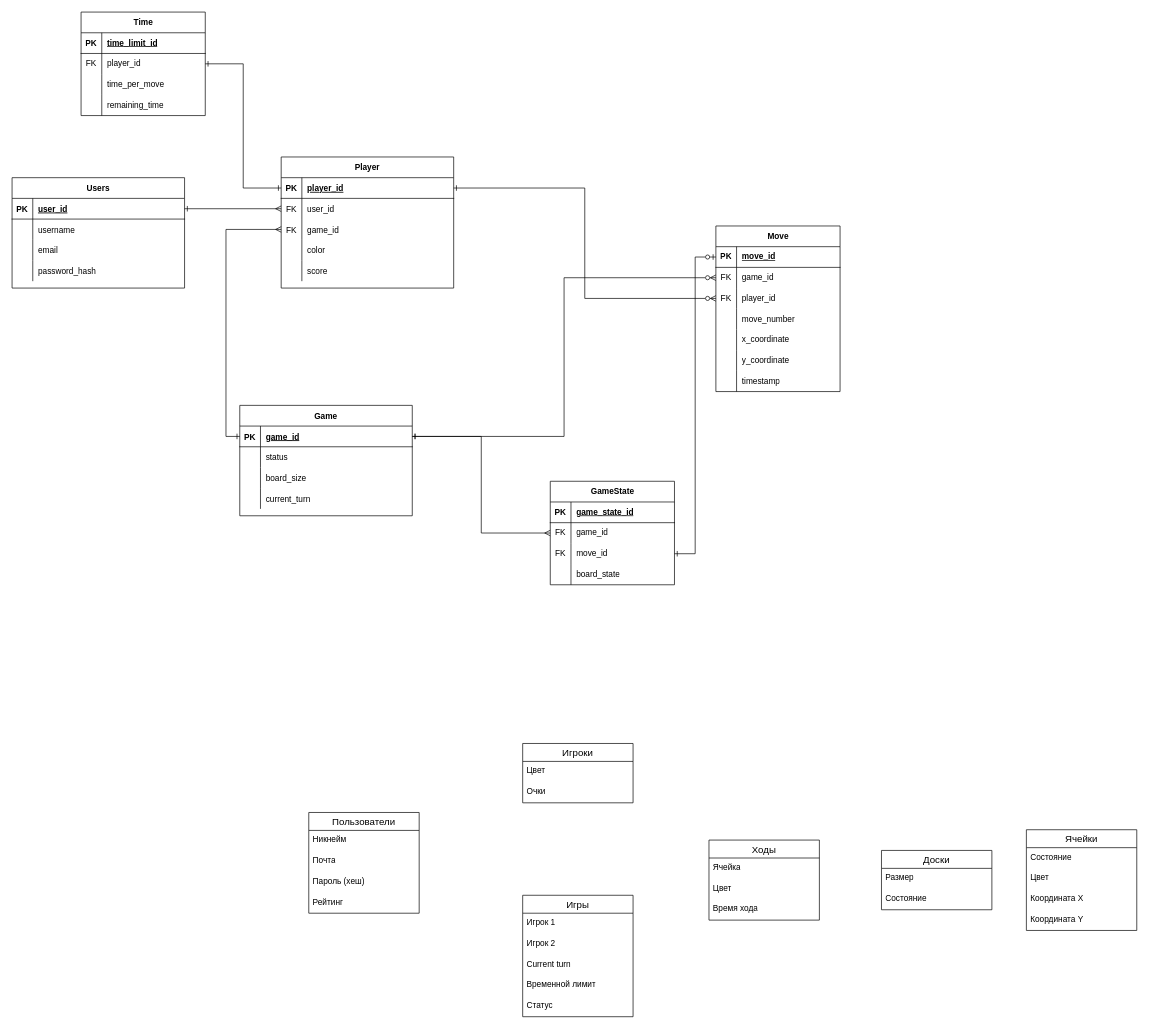
Above: go.drawio in matveyGlush/go (draw.io), before the change. Source tidied: cells renumbered, new cells numbered last; positions are measured from the earlier drawing's top-left corner, leaving out a move shared by most shapes. Both pictures are drawn from the tidied source at 69%, with x=0, y=0 at pixel (12, 12).
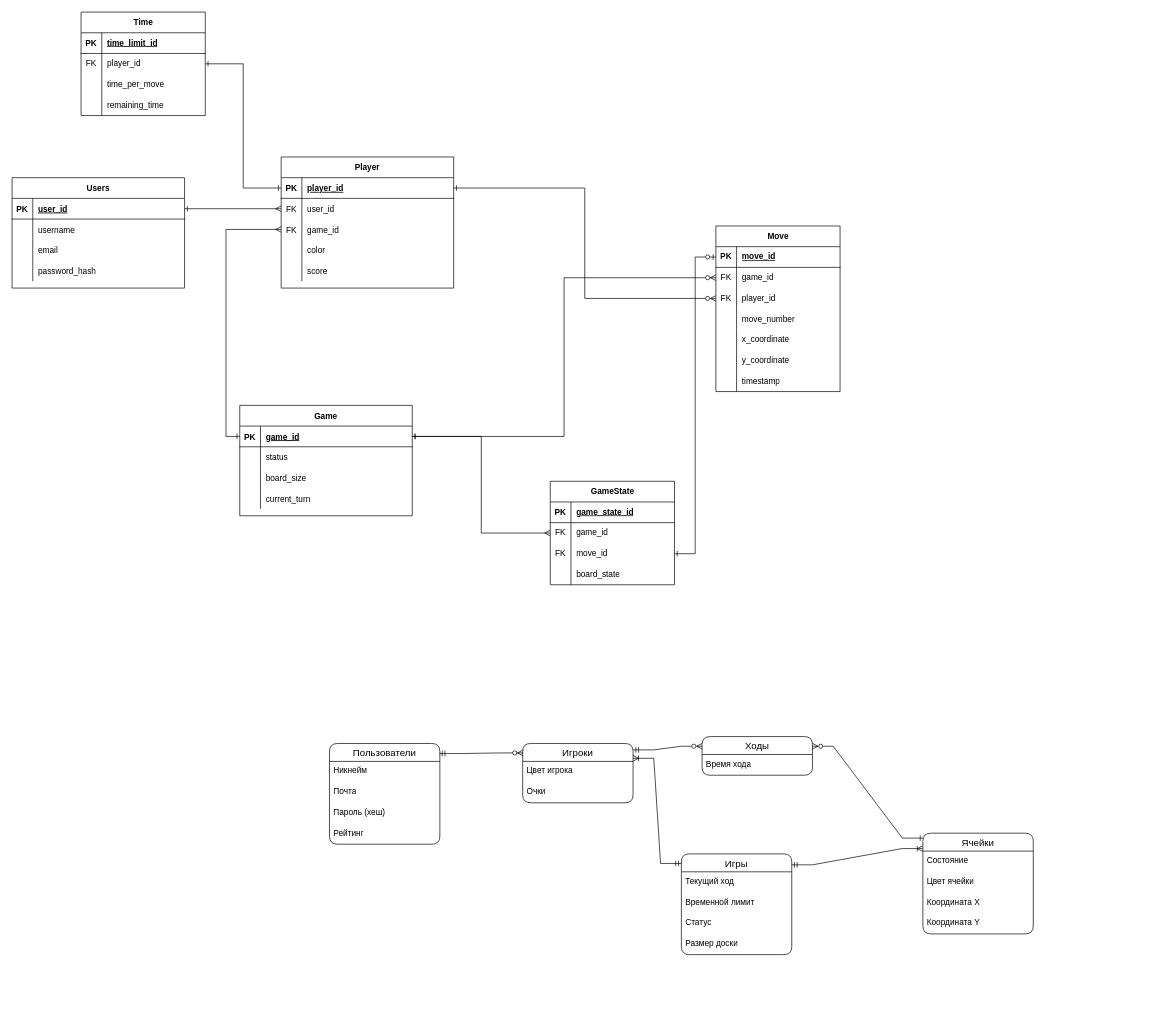
Above is the later version.

What changed in the source:
```diff
@@
-    <mxCell id="99" value="Игроки" style="swimlane;fontStyle=0;horizontal=1;startSize=26;align=center;fontSize=14;" parent="1" vertex="1">
+    <mxCell id="99" value="Игроки" style="swimlane;fontStyle=0;horizontal=1;startSize=26;align=center;fontSize=14;rounded=1;" parent="1" vertex="1">
       <mxGeometry x="740" y="1060" width="160" height="86" as="geometry" />
     </mxCell>
-    <mxCell id="100" value="Цвет" style="text;strokeColor=none;fillColor=none;spacingLeft=4;spacingRight=4;overflow=hidden;fontSize=12;whiteSpace=wrap;html=1;" parent="99" vertex="1">
+    <mxCell id="100" value="Цвет игрока" style="text;strokeColor=none;fillColor=none;spacingLeft=4;spacingRight=4;overflow=hidden;fontSize=12;whiteSpace=wrap;html=1;rounded=1;" parent="99" vertex="1">
       <mxGeometry y="26" width="160" height="30" as="geometry" />
     </mxCell>
-    <mxCell id="101" value="Очки" style="text;strokeColor=none;fillColor=none;spacingLeft=4;spacingRight=4;overflow=hidden;fontSize=12;whiteSpace=wrap;html=1;" parent="99" vertex="1">
+    <mxCell id="101" value="Очки" style="text;strokeColor=none;fillColor=none;spacingLeft=4;spacingRight=4;overflow=hidden;fontSize=12;whiteSpace=wrap;html=1;rounded=1;" parent="99" vertex="1">
       <mxGeometry y="56" width="160" height="30" as="geometry" />
     </mxCell>
-    <mxCell id="102" value="Пользователи" style="swimlane;fontStyle=0;horizontal=1;startSize=26;align=center;fontSize=14;" parent="1" vertex="1">
-      <mxGeometry x="430" y="1160" width="160" height="146" as="geometry" />
+    <mxCell id="102" value="Пользователи" style="swimlane;fontStyle=0;horizontal=1;startSize=26;align=center;fontSize=14;rounded=1;swimlaneLine=1;" parent="1" vertex="1">
+      <mxGeometry x="460" y="1060" width="160" height="146" as="geometry" />
     </mxCell>
@@
-    <mxCell id="107" value="Игры" style="swimlane;fontStyle=0;horizontal=1;startSize=26;align=center;fontSize=14;" parent="1" vertex="1">
-      <mxGeometry x="740" y="1280" width="160" height="176" as="geometry" />
+    <mxCell id="107" value="Игры" style="swimlane;fontStyle=0;horizontal=1;startSize=26;align=center;fontSize=14;rounded=1;" parent="1" vertex="1">
+      <mxGeometry x="970" y="1220" width="160" height="146" as="geometry" />
     </mxCell>
-    <mxCell id="108" value="Игрок 1" style="text;strokeColor=none;fillColor=none;spacingLeft=4;spacingRight=4;overflow=hidden;fontSize=12;whiteSpace=wrap;html=1;" parent="107" vertex="1">
-      <mxGeometry y="26" width="160" height="30" as="geometry" />
-    </mxCell>
-    <mxCell id="109" value="Игрок 2" style="text;strokeColor=none;fillColor=none;spacingLeft=4;spacingRight=4;overflow=hidden;fontSize=12;whiteSpace=wrap;html=1;" parent="107" vertex="1">
-      <mxGeometry y="56" width="160" height="30" as="geometry" />
-    </mxCell>
-    <mxCell id="110" value="Current turn" style="text;strokeColor=none;fillColor=none;spacingLeft=4;spacingRight=4;overflow=hidden;fontSize=12;whiteSpace=wrap;html=1;" parent="107" vertex="1">
-      <mxGeometry y="86" width="160" height="30" as="geometry" />
+    <mxCell id="110" value="Текущий ход" style="text;strokeColor=none;fillColor=none;spacingLeft=4;spacingRight=4;overflow=hidden;fontSize=12;whiteSpace=wrap;html=1;rounded=1;" parent="107" vertex="1">
+      <mxGeometry y="26" width="160" height="30" as="geometry" />
     </mxCell>
-    <mxCell id="111" value="Временной лимит" style="text;strokeColor=none;fillColor=none;spacingLeft=4;spacingRight=4;overflow=hidden;fontSize=12;whiteSpace=wrap;html=1;" parent="107" vertex="1">
-      <mxGeometry y="116" width="160" height="30" as="geometry" />
+    <mxCell id="111" value="Временной лимит" style="text;strokeColor=none;fillColor=none;spacingLeft=4;spacingRight=4;overflow=hidden;fontSize=12;whiteSpace=wrap;html=1;rounded=1;" parent="107" vertex="1">
+      <mxGeometry y="56" width="160" height="30" as="geometry" />
     </mxCell>
-    <mxCell id="112" value="Статус" style="text;strokeColor=none;fillColor=none;spacingLeft=4;spacingRight=4;overflow=hidden;fontSize=12;whiteSpace=wrap;html=1;" parent="107" vertex="1">
-      <mxGeometry y="146" width="160" height="30" as="geometry" />
+    <mxCell id="112" value="Статус" style="text;strokeColor=none;fillColor=none;spacingLeft=4;spacingRight=4;overflow=hidden;fontSize=12;whiteSpace=wrap;html=1;rounded=1;" parent="107" vertex="1">
+      <mxGeometry y="86" width="160" height="30" as="geometry" />
     </mxCell>
+    <mxCell id="125" value="Размер доски" style="text;strokeColor=none;fillColor=none;spacingLeft=4;spacingRight=4;overflow=hidden;fontSize=12;whiteSpace=wrap;html=1;rounded=1;" parent="107" vertex="1">
+      <mxGeometry y="116" width="160" height="30" as="geometry" />
+    </mxCell>
-    <mxCell id="113" value="Ходы" style="swimlane;fontStyle=0;horizontal=1;startSize=26;align=center;fontSize=14;" parent="1" vertex="1">
-      <mxGeometry x="1010" y="1200" width="160" height="116" as="geometry" />
+    <mxCell id="113" value="Ходы" style="swimlane;fontStyle=0;horizontal=1;startSize=26;align=center;fontSize=14;rounded=1;" parent="1" vertex="1">
+      <mxGeometry x="1000" y="1050" width="160" height="56" as="geometry" />
     </mxCell>
-    <mxCell id="114" value="Ячейка" style="text;strokeColor=none;fillColor=none;spacingLeft=4;spacingRight=4;overflow=hidden;fontSize=12;whiteSpace=wrap;html=1;" parent="113" vertex="1">
-      <mxGeometry y="26" width="160" height="30" as="geometry" />
-    </mxCell>
-    <mxCell id="115" value="Цвет" style="text;strokeColor=none;fillColor=none;spacingLeft=4;spacingRight=4;overflow=hidden;fontSize=12;whiteSpace=wrap;html=1;" parent="113" vertex="1">
-      <mxGeometry y="56" width="160" height="30" as="geometry" />
-    </mxCell>
-    <mxCell id="116" value="Время хода" style="text;strokeColor=none;fillColor=none;spacingLeft=4;spacingRight=4;overflow=hidden;fontSize=12;whiteSpace=wrap;html=1;" parent="113" vertex="1">
-      <mxGeometry y="86" width="160" height="30" as="geometry" />
+    <mxCell id="116" value="Время хода" style="text;strokeColor=none;fillColor=none;spacingLeft=4;spacingRight=4;overflow=hidden;fontSize=12;whiteSpace=wrap;html=1;rounded=1;" parent="113" vertex="1">
+      <mxGeometry y="26" width="160" height="30" as="geometry" />
     </mxCell>
-    <mxCell id="117" value="Доски" style="swimlane;fontStyle=0;horizontal=1;startSize=26;align=center;fontSize=14;" parent="1" vertex="1">
-      <mxGeometry x="1260" y="1215" width="160" height="86" as="geometry" />
-    </mxCell>
-    <mxCell id="118" value="Размер" style="text;strokeColor=none;fillColor=none;spacingLeft=4;spacingRight=4;overflow=hidden;fontSize=12;whiteSpace=wrap;html=1;" parent="117" vertex="1">
-      <mxGeometry y="26" width="160" height="30" as="geometry" />
-    </mxCell>
-    <mxCell id="119" value="Состояние" style="text;strokeColor=none;fillColor=none;spacingLeft=4;spacingRight=4;overflow=hidden;fontSize=12;whiteSpace=wrap;html=1;" parent="117" vertex="1">
-      <mxGeometry y="56" width="160" height="30" as="geometry" />
-    </mxCell>
-    <mxCell id="120" value="Ячейки" style="swimlane;fontStyle=0;horizontal=1;startSize=26;align=center;fontSize=14;" parent="1" vertex="1">
-      <mxGeometry x="1470" y="1185" width="160" height="146" as="geometry" />
+    <mxCell id="120" value="Ячейки" style="swimlane;fontStyle=0;horizontal=1;startSize=26;align=center;fontSize=14;rounded=1;" parent="1" vertex="1">
+      <mxGeometry x="1320" y="1190" width="160" height="146" as="geometry" />
     </mxCell>
-    <mxCell id="121" value="Состояние" style="text;strokeColor=none;fillColor=none;spacingLeft=4;spacingRight=4;overflow=hidden;fontSize=12;whiteSpace=wrap;html=1;" parent="120" vertex="1">
+    <mxCell id="121" value="Состояние" style="text;strokeColor=none;fillColor=none;spacingLeft=4;spacingRight=4;overflow=hidden;fontSize=12;whiteSpace=wrap;html=1;rounded=1;" parent="120" vertex="1">
       <mxGeometry y="26" width="160" height="30" as="geometry" />
     </mxCell>
-    <mxCell id="122" value="Цвет" style="text;strokeColor=none;fillColor=none;spacingLeft=4;spacingRight=4;overflow=hidden;fontSize=12;whiteSpace=wrap;html=1;" parent="120" vertex="1">
+    <mxCell id="122" value="Цвет ячейки" style="text;strokeColor=none;fillColor=none;spacingLeft=4;spacingRight=4;overflow=hidden;fontSize=12;whiteSpace=wrap;html=1;rounded=1;" parent="120" vertex="1">
       <mxGeometry y="56" width="160" height="30" as="geometry" />
     </mxCell>
-    <mxCell id="123" value="Координата X" style="text;strokeColor=none;fillColor=none;spacingLeft=4;spacingRight=4;overflow=hidden;fontSize=12;whiteSpace=wrap;html=1;" parent="120" vertex="1">
+    <mxCell id="123" value="Координата X" style="text;strokeColor=none;fillColor=none;spacingLeft=4;spacingRight=4;overflow=hidden;fontSize=12;whiteSpace=wrap;html=1;rounded=1;" parent="120" vertex="1">
       <mxGeometry y="86" width="160" height="30" as="geometry" />
     </mxCell>
-    <mxCell id="124" value="Координата Y" style="text;strokeColor=none;fillColor=none;spacingLeft=4;spacingRight=4;overflow=hidden;fontSize=12;whiteSpace=wrap;html=1;" parent="120" vertex="1">
+    <mxCell id="124" value="Координата Y" style="text;strokeColor=none;fillColor=none;spacingLeft=4;spacingRight=4;overflow=hidden;fontSize=12;whiteSpace=wrap;html=1;rounded=1;" parent="120" vertex="1">
       <mxGeometry y="116" width="160" height="30" as="geometry" />
     </mxCell>
+    <mxCell id="126" style="edgeStyle=entityRelationEdgeStyle;fontSize=12;html=1;endArrow=ERzeroToMany;endFill=1;startArrow=ERmandOne;rounded=0;startFill=0;exitX=0.996;exitY=0.1;exitDx=0;exitDy=0;exitPerimeter=0;entryX=0.003;entryY=0.159;entryDx=0;entryDy=0;entryPerimeter=0;" parent="1" edge="1" source="102" target="99">
+      <mxGeometry relative="1" as="geometry" />
+    </mxCell>
+    <mxCell id="127" style="edgeStyle=entityRelationEdgeStyle;fontSize=12;html=1;endArrow=ERoneToMany;startArrow=ERmandOne;rounded=0;exitX=-0.001;exitY=0.095;exitDx=0;exitDy=0;endFill=0;exitPerimeter=0;entryX=1;entryY=0.25;entryDx=0;entryDy=0;" parent="1" edge="1" source="107" target="99">
+      <mxGeometry relative="1" as="geometry" />
+    </mxCell>
+    <mxCell id="128" style="edgeStyle=entityRelationEdgeStyle;fontSize=12;html=1;endArrow=ERzeroToMany;startArrow=ERmandOne;rounded=0;entryX=0;entryY=0.25;entryDx=0;entryDy=0;endFill=0;exitX=1;exitY=0.108;exitDx=0;exitDy=0;exitPerimeter=0;" parent="1" edge="1" source="99" target="113">
+      <mxGeometry relative="1" as="geometry" />
+    </mxCell>
+    <mxCell id="129" style="edgeStyle=entityRelationEdgeStyle;fontSize=12;html=1;endArrow=ERoneToMany;startArrow=ERmandOne;rounded=0;exitX=0.999;exitY=0.109;exitDx=0;exitDy=0;endFill=0;entryX=-0.001;entryY=0.153;entryDx=0;entryDy=0;entryPerimeter=0;exitPerimeter=0;" parent="1" edge="1" source="107" target="120">
+      <mxGeometry relative="1" as="geometry" />
+    </mxCell>
+    <mxCell id="130" style="edgeStyle=entityRelationEdgeStyle;fontSize=12;html=1;endArrow=ERone;endFill=1;rounded=0;exitX=1;exitY=0.25;exitDx=0;exitDy=0;startArrow=ERzeroToMany;startFill=0;entryX=0.001;entryY=0.049;entryDx=0;entryDy=0;entryPerimeter=0;" parent="1" edge="1" source="113" target="120">
+      <mxGeometry relative="1" as="geometry" />
+    </mxCell>
```
